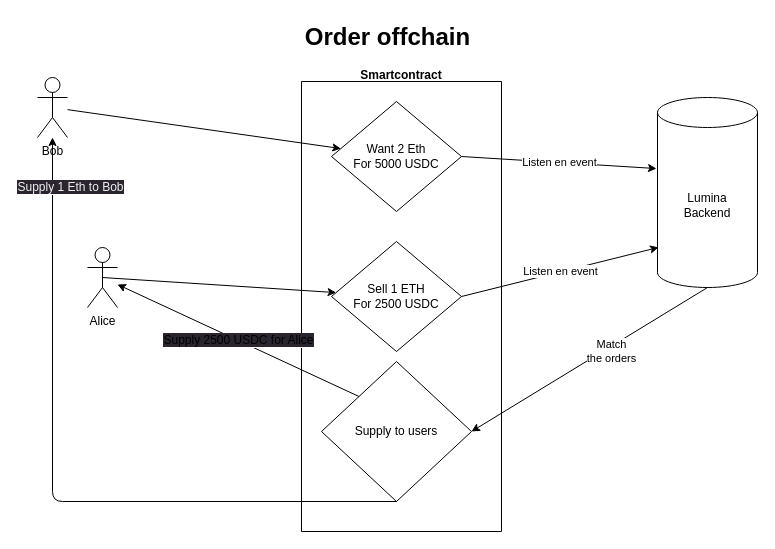
Before: packages/contracts/order-offchain.drawio in Lumina-DEX/lumina-permissioned, a draw.io diagram. Source tidied: cells renumbered, new cells numbered last; positions are measured from the earlier drawing's top-left corner, leaving out a move shared by most shapes. Both pictures are drawn from the tidied source at 100%, with x=0, y=0 at pixel (37, 17).
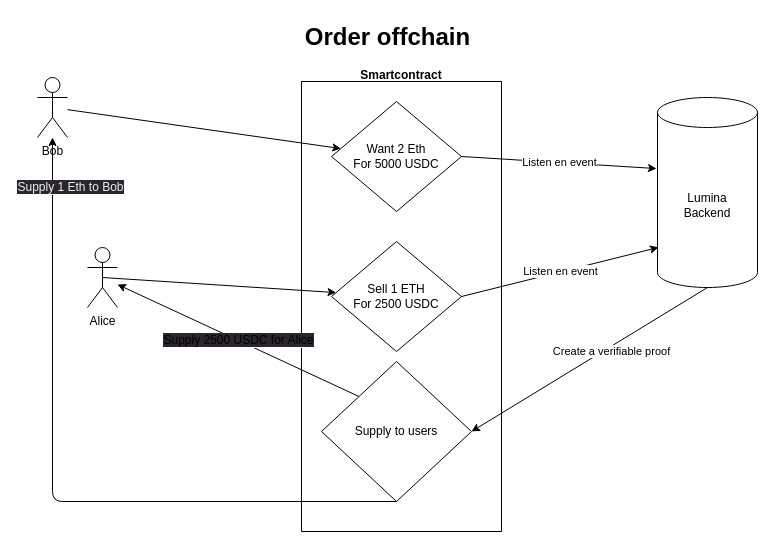
The same diagram, later.

What changed in the source:
```diff
@@
 <mxGraphModel>
   <root>
     <mxCell id="0" />
     <mxCell id="1" parent="0" />
     <mxCell id="2" value="Bob&lt;br&gt;" style="shape=umlActor;verticalLabelPosition=bottom;verticalAlign=top;html=1;outlineConnect=0;" parent="1" vertex="1">
       <mxGeometry y="60" width="30" height="60" as="geometry" />
     </mxCell>
     <mxCell id="3" value="Alice&lt;br&gt;" style="shape=umlActor;verticalLabelPosition=bottom;verticalAlign=top;html=1;outlineConnect=0;" parent="1" vertex="1">
       <mxGeometry x="50" y="230" width="30" height="60" as="geometry" />
     </mxCell>
     <mxCell id="4" style="endArrow=classic;html=1;" parent="1" edge="1" source="2" target="6">
       <mxGeometry relative="1" as="geometry" />
     </mxCell>
     <mxCell id="5" value="Smartcontract&#10;" style="swimlane;startSize=0;" parent="1" vertex="1">
       <mxGeometry x="264" y="64" width="200" height="450" as="geometry" />
     </mxCell>
     <mxCell id="6" value="Want 2 Eth&lt;br&gt;For 5000 USDC&lt;br&gt;" style="rhombus;whiteSpace=wrap;html=1;" parent="5" vertex="1">
       <mxGeometry x="30" y="20" width="130" height="110" as="geometry" />
     </mxCell>
     <mxCell id="7" value="Sell 1 ETH&lt;br&gt;For 2500 USDC" style="rhombus;whiteSpace=wrap;html=1;" parent="5" vertex="1">
       <mxGeometry x="30" y="160" width="130" height="110" as="geometry" />
     </mxCell>
     <mxCell id="8" value="Supply to users" style="rhombus;whiteSpace=wrap;html=1;" parent="5" vertex="1">
       <mxGeometry x="20" y="280" width="150" height="140" as="geometry" />
     </mxCell>
     <mxCell id="9" value="Lumina &lt;br&gt;Backend" style="shape=cylinder3;whiteSpace=wrap;html=1;boundedLbl=1;backgroundOutline=1;size=15;" parent="1" vertex="1">
       <mxGeometry x="620" y="80" width="100" height="190" as="geometry" />
     </mxCell>
     <mxCell id="10" value="Listen en event" style="endArrow=classic;html=1;exitX=1;exitY=0.5;exitDx=0;exitDy=0;entryX=-0.01;entryY=0.374;entryDx=0;entryDy=0;entryPerimeter=0;" parent="1" edge="1" source="6" target="9">
       <mxGeometry relative="1" as="geometry" />
     </mxCell>
     <mxCell id="11" style="endArrow=classic;html=1;exitX=0.5;exitY=0.5;exitDx=0;exitDy=0;exitPerimeter=0;" parent="1" edge="1" source="3" target="7">
       <mxGeometry relative="1" as="geometry" />
     </mxCell>
     <mxCell id="12" value="Listen en event" style="endArrow=classic;html=1;exitX=1;exitY=0.5;exitDx=0;exitDy=0;entryX=0.01;entryY=0.789;entryDx=0;entryDy=0;entryPerimeter=0;" parent="1" edge="1" source="7" target="9">
       <mxGeometry relative="1" as="geometry" />
     </mxCell>
     <mxCell id="13" style="endArrow=classic;html=1;exitX=0.5;exitY=1;exitDx=0;exitDy=0;exitPerimeter=0;entryX=1;entryY=0.5;entryDx=0;entryDy=0;" parent="1" edge="1" source="9" target="8">
       <mxGeometry relative="1" as="geometry" />
     </mxCell>
-    <mxCell id="14" value="Match &lt;br&gt;the orders" style="edgeLabel;html=1;align=center;verticalAlign=middle;" parent="13" vertex="1">
+    <mxCell id="14" value="Create a verifiable proof" style="edgeLabel;html=1;align=center;verticalAlign=middle;" parent="13" vertex="1">
       <mxGeometry x="-0.17" y="4" relative="1" as="geometry" />
     </mxCell>
     <mxCell id="15" value="&lt;span style=&quot;font-size: 12px; font-weight: 400; background-color: rgb(42, 37, 47);&quot;&gt;Supply 2500 USDC for Alice&lt;/span&gt;" style="endArrow=classic;html=1;exitX=0;exitY=0;exitDx=0;exitDy=0;fontStyle=1;" parent="1" edge="1" source="8" target="3">
       <mxGeometry relative="1" as="geometry" />
     </mxCell>
     <mxCell id="16" value="&lt;span style=&quot;color: rgb(240, 240, 240); font-family: Helvetica; font-size: 12px; font-style: normal; font-variant-ligatures: normal; font-variant-caps: normal; font-weight: 400; letter-spacing: normal; orphans: 2; text-align: center; text-indent: 0px; text-transform: none; widows: 2; word-spacing: 0px; -webkit-text-stroke-width: 0px; background-color: rgb(42, 37, 47); text-decoration-thickness: initial; text-decoration-style: initial; text-decoration-color: initial; float: none; display: inline !important;&quot;&gt;Supply 1 Eth to Bob&lt;/span&gt;&lt;br style=&quot;border-color: rgb(0, 0, 0); color: rgb(240, 240, 240); font-family: Helvetica; font-size: 12px; font-style: normal; font-variant-ligatures: normal; font-variant-caps: normal; font-weight: 400; letter-spacing: normal; orphans: 2; text-align: center; text-indent: 0px; text-transform: none; widows: 2; word-spacing: 0px; -webkit-text-stroke-width: 0px; background-color: rgb(42, 37, 47); text-decoration-thickness: initial; text-decoration-style: initial; text-decoration-color: initial;&quot;&gt;" style="endArrow=classic;html=1;exitX=0.5;exitY=1;exitDx=0;exitDy=0;" parent="1" edge="1" source="8" target="2">
       <mxGeometry x="0.86" y="-18" relative="1" as="geometry">
         <Array as="points">
           <mxPoint x="15" y="484" />
         </Array>
       </mxGeometry>
     </mxCell>
     <mxCell id="17" value="Order offchain" style="text;strokeColor=none;fillColor=none;html=1;fontSize=24;fontStyle=1;verticalAlign=middle;align=center;" parent="1" vertex="1">
       <mxGeometry x="300" width="100" height="40" as="geometry" />
     </mxCell>
   </root>
 </mxGraphModel>
```
